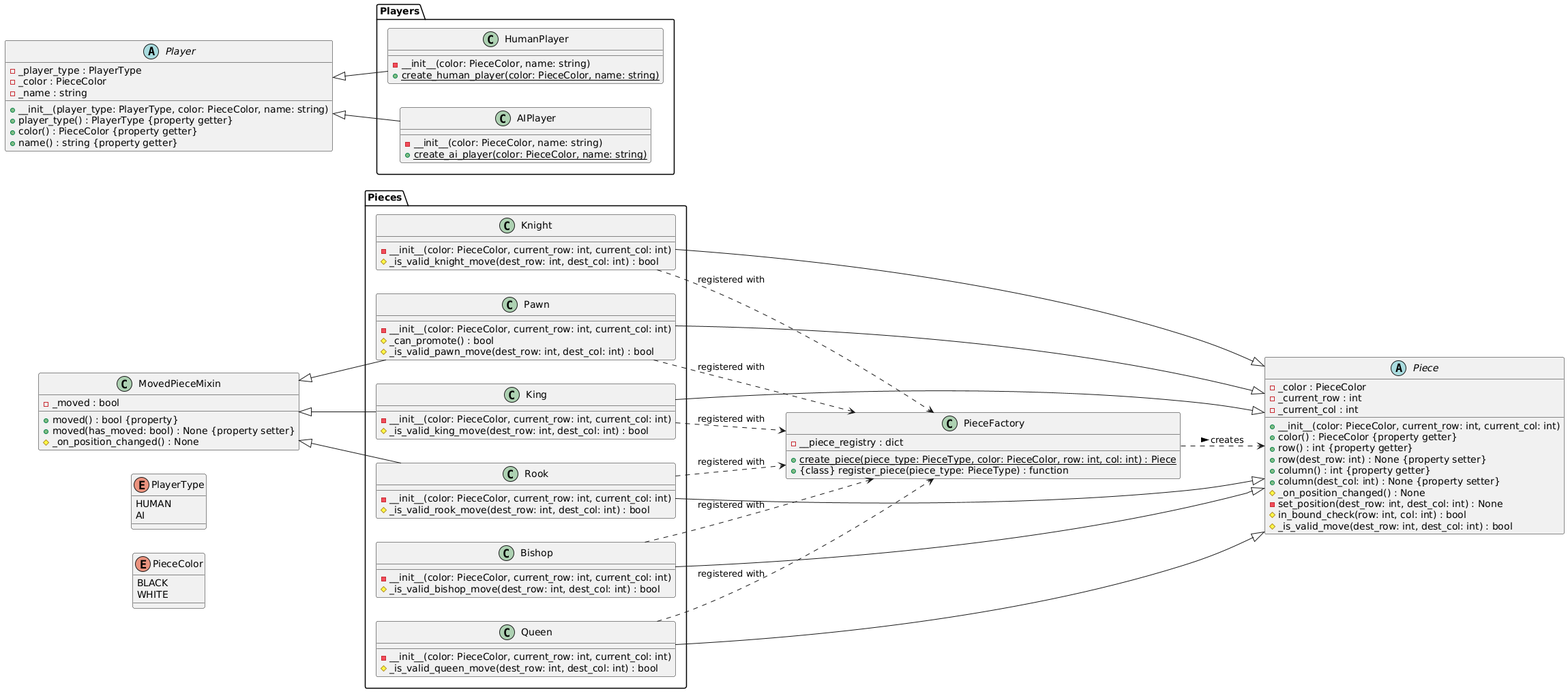
Above: ChessLite/class_diagrams/chess_uml_diagram.png in bharath-temp/ChessLite (PlantUML), before the change.
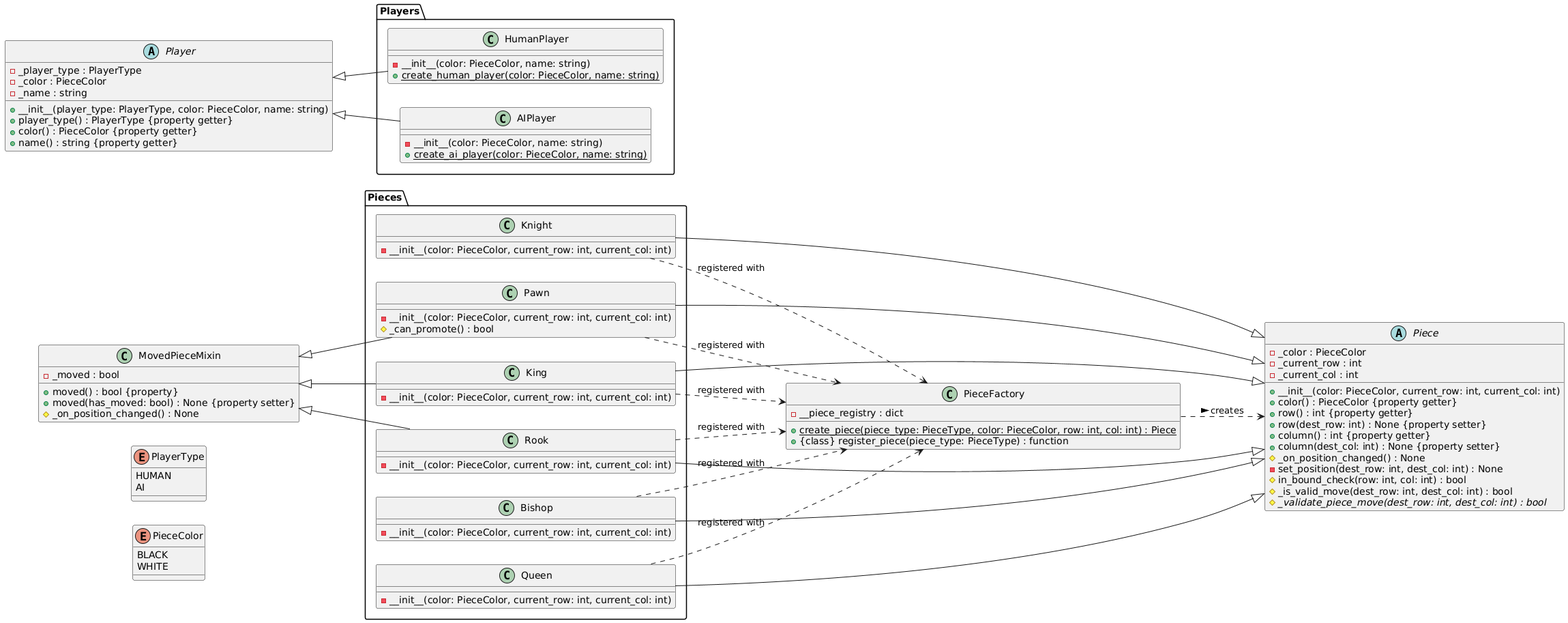
Later version of the same file.

Commit message:
refactor: abstract the validate move method

What changed in the source:
```diff
@@ -25,6 +25,7 @@
     - set_position(dest_row: int, dest_col: int) : None
     # in_bound_check(row: int, col: int) : bool
     # _is_valid_move(dest_row: int, dest_col: int) : bool
+    # {abstract} _validate_piece_move(dest_row: int, dest_col: int) : bool
 }
 
 class MovedPieceMixin {
@@ -44,32 +45,26 @@
     class Pawn {
         - __init__(color: PieceColor, current_row: int, current_col: int)
         # _can_promote() : bool
-        # _is_valid_pawn_move(dest_row: int, dest_col: int) : bool
     }
 
     class Rook {
         - __init__(color: PieceColor, current_row: int, current_col: int)
-        # _is_valid_rook_move(dest_row: int, dest_col: int) : bool
     }
 
     class Knight {
         - __init__(color: PieceColor, current_row: int, current_col: int)
-        # _is_valid_knight_move(dest_row: int, dest_col: int) : bool
     }
 
     class Bishop {
         - __init__(color: PieceColor, current_row: int, current_col: int)
-        # _is_valid_bishop_move(dest_row: int, dest_col: int) : bool
     }
 
     class King {
         - __init__(color: PieceColor, current_row: int, current_col: int)
-        # _is_valid_king_move(dest_row: int, dest_col: int) : bool
     }
 
     class Queen {
         - __init__(color: PieceColor, current_row: int, current_col: int)
-        # _is_valid_queen_move(dest_row: int, dest_col: int) : bool
     }
 }
 
```
